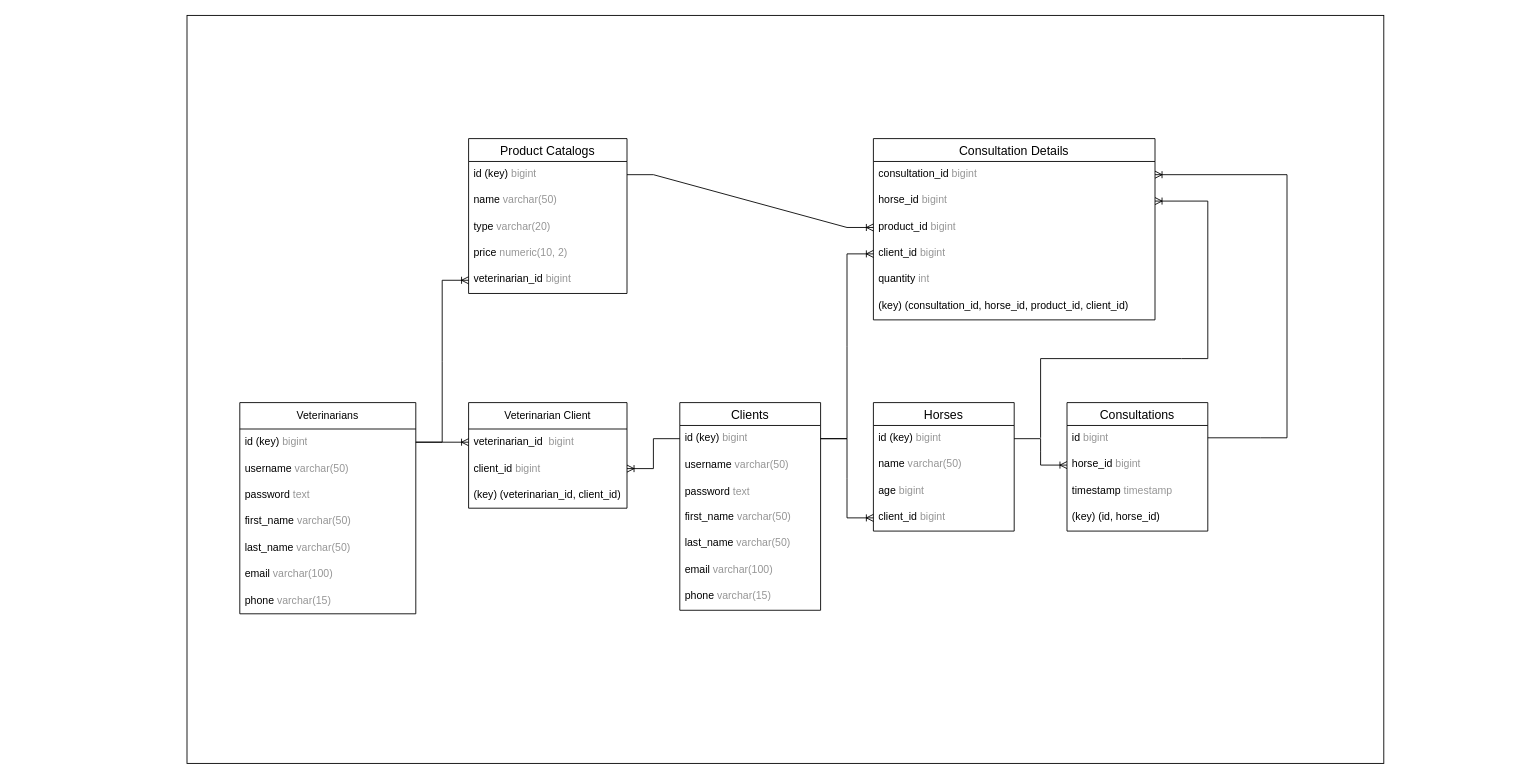
The draw.io diagram ChartDB.drawio in GGworkz/horseapp, before the edit. Source tidied: cells renumbered, new cells numbered last; positions are measured from the earlier drawing's top-left corner, leaving out a move shared by most shapes. Both pictures are drawn from the tidied source at 88%, with x=0, y=0 at pixel (187, 15).
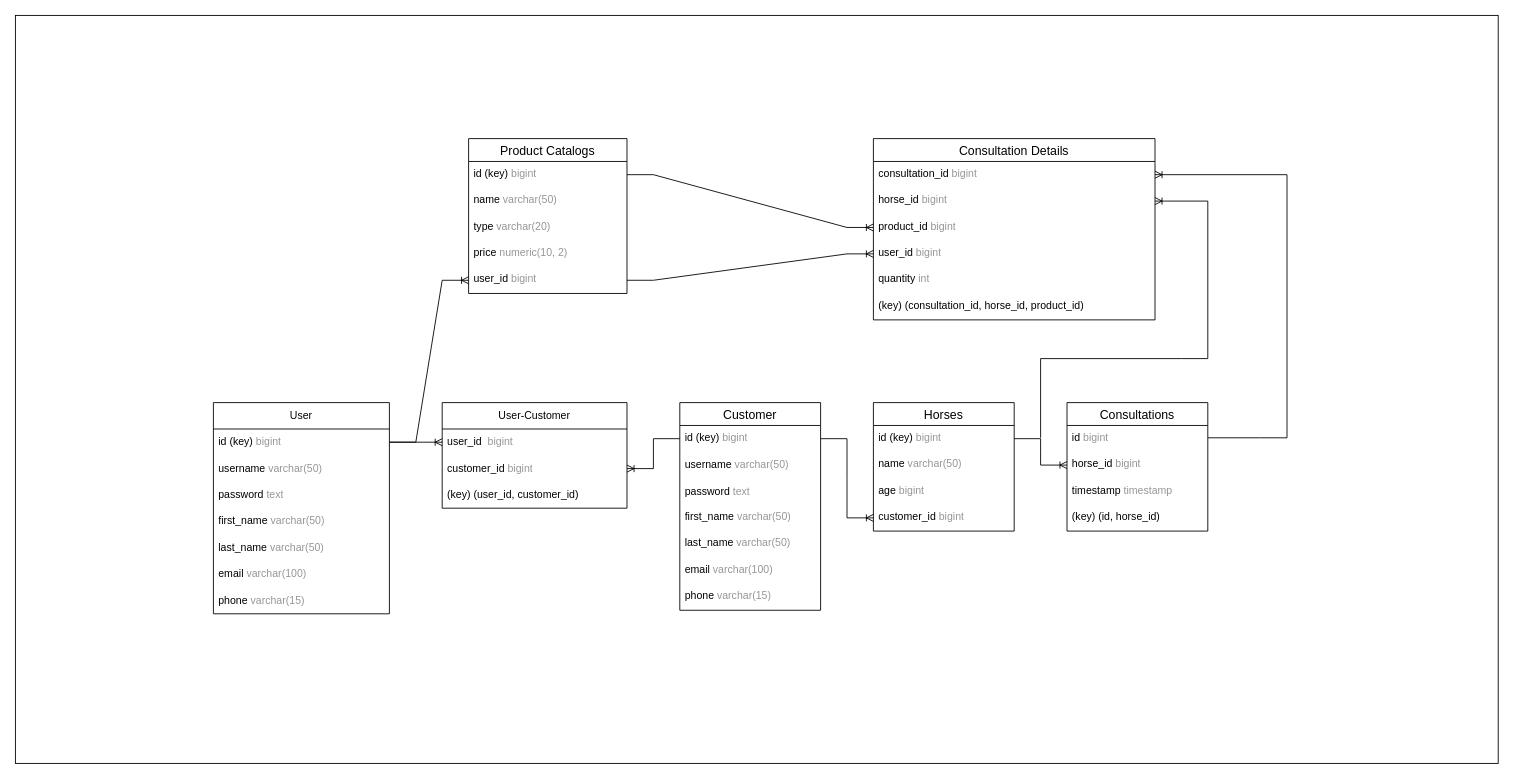
The same page after the edit.

Unchanged cells that the change refers to:
```xml
<mxCell id="12" value="id (key)&amp;nbsp;&lt;span style=&quot;caret-color: rgb(150, 150, 150); color: rgb(150, 150, 150);&quot;&gt;bigint&lt;/span&gt;" style="text;strokeColor=none;fillColor=none;spacingLeft=4;spacingRight=4;overflow=hidden;points=[[0,0.5],[1,0.5]];portConstraint=eastwest;fontSize=12;whiteSpace=wrap;html=1;" parent="11" vertex="1">
  <mxGeometry y="26" width="160" height="30" as="geometry" />
</mxCell>
<mxCell id="19" value="Horses" style="swimlane;fontStyle=0;horizontal=1;startSize=26;align=center;fontSize=14;" parent="1" vertex="1">
  <mxGeometry x="780" y="440" width="160" height="146" as="geometry" />
</mxCell>
<mxCell id="29" value="Consultation Details" style="swimlane;fontStyle=0;horizontal=1;startSize=26;align=center;fontSize=14;" parent="1" vertex="1">
  <mxGeometry x="780" y="140" width="320" height="206" as="geometry" />
</mxCell>
<mxCell id="36" value="Product Catalogs" style="swimlane;fontStyle=0;horizontal=1;startSize=26;align=center;fontSize=14;" parent="1" vertex="1">
  <mxGeometry x="320" y="140" width="180" height="176" as="geometry" />
</mxCell>
```

Diff of the diagram source:
```diff
@@
     <mxCell id="2" style="rounded=0;whiteSpace=wrap;html=1;" parent="1" vertex="1">
-      <mxGeometry width="1360" height="850" as="geometry" />
+      <mxGeometry x="-195" width="1685" height="850" as="geometry" />
     </mxCell>
-    <mxCell id="3" value="Veterinarians" style="swimlane;fontStyle=0;horizontal=1;startSize=30;whiteSpace=wrap;html=1;" parent="1" vertex="1">
-      <mxGeometry x="60" y="440" width="200" height="240" as="geometry" />
+    <mxCell id="3" value="User" style="swimlane;fontStyle=0;horizontal=1;startSize=30;whiteSpace=wrap;html=1;" parent="1" vertex="1">
+      <mxGeometry x="30" y="440" width="200" height="240" as="geometry" />
     </mxCell>
@@
-    <mxCell id="11" value="Clients" style="swimlane;fontStyle=0;horizontal=1;startSize=26;align=center;fontSize=14;" parent="1" vertex="1">
+    <mxCell id="11" value="Customer" style="swimlane;fontStyle=0;horizontal=1;startSize=26;align=center;fontSize=14;" parent="1" vertex="1">
       <mxGeometry x="560" y="440" width="160" height="236" as="geometry" />
     </mxCell>
@@
-    <mxCell id="23" value="client_id&amp;nbsp;&lt;span style=&quot;caret-color: rgb(150, 150, 150); color: rgb(150, 150, 150);&quot;&gt;bigint&lt;/span&gt;" style="text;strokeColor=none;fillColor=none;spacingLeft=4;spacingRight=4;overflow=hidden;points=[[0,0.5],[1,0.5]];portConstraint=eastwest;fontSize=12;whiteSpace=wrap;html=1;" parent="19" vertex="1">
+    <mxCell id="23" value="customer_id&amp;nbsp;&lt;span style=&quot;caret-color: rgb(150, 150, 150); color: rgb(150, 150, 150);&quot;&gt;bigint&lt;/span&gt;" style="text;strokeColor=none;fillColor=none;spacingLeft=4;spacingRight=4;overflow=hidden;points=[[0,0.5],[1,0.5]];portConstraint=eastwest;fontSize=12;whiteSpace=wrap;html=1;" parent="19" vertex="1">
       <mxGeometry y="116" width="160" height="30" as="geometry" />
     </mxCell>
@@
+    <mxCell id="33" value="horse_id&amp;nbsp;&lt;span style=&quot;caret-color: rgb(150, 150, 150); color: rgb(150, 150, 150);&quot;&gt;bigint&lt;/span&gt;" style="text;strokeColor=none;fillColor=none;spacingLeft=4;spacingRight=4;overflow=hidden;points=[[0,0.5],[1,0.5]];portConstraint=eastwest;fontSize=12;whiteSpace=wrap;html=1;" parent="29" vertex="1">
+      <mxGeometry y="56" width="320" height="30" as="geometry" />
+    </mxCell>
+    <mxCell id="32" value="product_id&amp;nbsp;&lt;span style=&quot;caret-color: rgb(150, 150, 150); color: rgb(150, 150, 150);&quot;&gt;bigint&lt;/span&gt;" style="text;strokeColor=none;fillColor=none;spacingLeft=4;spacingRight=4;overflow=hidden;points=[[0,0.5],[1,0.5]];portConstraint=eastwest;fontSize=12;whiteSpace=wrap;html=1;" parent="29" vertex="1">
+      <mxGeometry y="86" width="320" height="30" as="geometry" />
+    </mxCell>
-    <mxCell id="31" value="horse_id&amp;nbsp;&lt;span style=&quot;caret-color: rgb(150, 150, 150); color: rgb(150, 150, 150);&quot;&gt;bigint&lt;/span&gt;" style="text;strokeColor=none;fillColor=none;spacingLeft=4;spacingRight=4;overflow=hidden;points=[[0,0.5],[1,0.5]];portConstraint=eastwest;fontSize=12;whiteSpace=wrap;html=1;" parent="29" vertex="1">
-      <mxGeometry y="56" width="320" height="30" as="geometry" />
+    <mxCell id="31" value="user_id&amp;nbsp;&lt;span style=&quot;caret-color: rgb(150, 150, 150); color: rgb(150, 150, 150);&quot;&gt;bigint&lt;/span&gt;" style="text;strokeColor=none;fillColor=none;spacingLeft=4;spacingRight=4;overflow=hidden;points=[[0,0.5],[1,0.5]];portConstraint=eastwest;fontSize=12;whiteSpace=wrap;html=1;" parent="29" vertex="1">
+      <mxGeometry y="116" width="320" height="30" as="geometry" />
     </mxCell>
-    <mxCell id="32" value="product_id&amp;nbsp;&lt;span style=&quot;caret-color: rgb(150, 150, 150); color: rgb(150, 150, 150);&quot;&gt;bigint&lt;/span&gt;" style="text;strokeColor=none;fillColor=none;spacingLeft=4;spacingRight=4;overflow=hidden;points=[[0,0.5],[1,0.5]];portConstraint=eastwest;fontSize=12;whiteSpace=wrap;html=1;" parent="29" vertex="1">
-      <mxGeometry y="86" width="320" height="30" as="geometry" />
-    </mxCell>
-    <mxCell id="33" value="client_id&amp;nbsp;&lt;span style=&quot;caret-color: rgb(150, 150, 150); color: rgb(150, 150, 150);&quot;&gt;bigint&lt;/span&gt;" style="text;strokeColor=none;fillColor=none;spacingLeft=4;spacingRight=4;overflow=hidden;points=[[0,0.5],[1,0.5]];portConstraint=eastwest;fontSize=12;whiteSpace=wrap;html=1;" parent="29" vertex="1">
-      <mxGeometry y="116" width="320" height="30" as="geometry" />
-    </mxCell>
@@
-    <mxCell id="35" value="(key)&amp;nbsp;(consultation_id, horse_id, product_id, client_id)" style="text;strokeColor=none;fillColor=none;spacingLeft=4;spacingRight=4;overflow=hidden;fontSize=12;whiteSpace=wrap;html=1;" parent="29" vertex="1">
+    <mxCell id="35" value="(key)&amp;nbsp;(consultation_id, horse_id, product_id)" style="text;strokeColor=none;fillColor=none;spacingLeft=4;spacingRight=4;overflow=hidden;fontSize=12;whiteSpace=wrap;html=1;" parent="29" vertex="1">
       <mxGeometry y="176" width="320" height="30" as="geometry" />
     </mxCell>
@@
-    <mxCell id="41" value="veterinarian_id&amp;nbsp;&lt;span style=&quot;caret-color: rgb(150, 150, 150); color: rgb(150, 150, 150);&quot;&gt;bigint&lt;/span&gt;" style="text;strokeColor=none;fillColor=none;spacingLeft=4;spacingRight=4;overflow=hidden;points=[[0,0.5],[1,0.5]];portConstraint=eastwest;fontSize=12;whiteSpace=wrap;html=1;" parent="36" vertex="1">
+    <mxCell id="41" value="user_id&amp;nbsp;&lt;span style=&quot;caret-color: rgb(150, 150, 150); color: rgb(150, 150, 150);&quot;&gt;bigint&lt;/span&gt;" style="text;strokeColor=none;fillColor=none;spacingLeft=4;spacingRight=4;overflow=hidden;points=[[0,0.5],[1,0.5]];portConstraint=eastwest;fontSize=12;whiteSpace=wrap;html=1;" parent="36" vertex="1">
       <mxGeometry y="146" width="180" height="30" as="geometry" />
     </mxCell>
@@
-    <mxCell id="44" style="edgeStyle=entityRelationEdgeStyle;fontSize=12;html=1;endArrow=ERoneToMany;rounded=0;exitX=1;exitY=0.5;exitDx=0;exitDy=0;entryX=0;entryY=0.5;entryDx=0;entryDy=0;" parent="1" edge="1" source="12" target="33">
-      <mxGeometry relative="1" as="geometry" />
-    </mxCell>
-    <mxCell id="45" style="edgeStyle=entityRelationEdgeStyle;fontSize=12;html=1;endArrow=ERoneToMany;rounded=0;entryX=1;entryY=0.5;entryDx=0;entryDy=0;" parent="1" edge="1" target="31">
+    <mxCell id="45" style="edgeStyle=entityRelationEdgeStyle;fontSize=12;html=1;endArrow=ERoneToMany;rounded=0;entryX=1;entryY=0.5;entryDx=0;entryDy=0;" parent="1" edge="1" target="33">
       <mxGeometry relative="1" as="geometry">
         <mxPoint x="1130" y="390" as="sourcePoint" />
       </mxGeometry>
     </mxCell>
@@
-    <mxCell id="50" value="Veterinarian Client" style="swimlane;fontStyle=0;horizontal=1;startSize=30;whiteSpace=wrap;html=1;" parent="1" vertex="1">
-      <mxGeometry x="320" y="440" width="180" height="120" as="geometry" />
+    <mxCell id="50" value="User-Customer" style="swimlane;fontStyle=0;horizontal=1;startSize=30;whiteSpace=wrap;html=1;" parent="1" vertex="1">
+      <mxGeometry x="290" y="440" width="210" height="120" as="geometry" />
     </mxCell>
-    <mxCell id="51" value="veterinarian_id &amp;nbsp;&lt;span style=&quot;color: rgb(150, 150, 150);&quot;&gt;bigint&lt;/span&gt;" style="text;strokeColor=none;fillColor=none;align=left;verticalAlign=middle;spacingLeft=4;spacingRight=4;overflow=hidden;points=[[0,0.5],[1,0.5]];portConstraint=eastwest;whiteSpace=wrap;html=1;" parent="50" vertex="1">
-      <mxGeometry y="30" width="180" height="30" as="geometry" />
+    <mxCell id="51" value="user_id &amp;nbsp;&lt;span style=&quot;color: rgb(150, 150, 150);&quot;&gt;bigint&lt;/span&gt;" style="text;strokeColor=none;fillColor=none;align=left;verticalAlign=middle;spacingLeft=4;spacingRight=4;overflow=hidden;points=[[0,0.5],[1,0.5]];portConstraint=eastwest;whiteSpace=wrap;html=1;" parent="50" vertex="1">
+      <mxGeometry y="30" width="210" height="30" as="geometry" />
     </mxCell>
-    <mxCell id="52" value="client_id &lt;font color=&quot;#969696&quot;&gt;&lt;span style=&quot;caret-color: rgb(150, 150, 150);&quot;&gt;bigint&lt;/span&gt;&lt;/font&gt;" style="text;strokeColor=none;fillColor=none;align=left;verticalAlign=middle;spacingLeft=4;spacingRight=4;overflow=hidden;points=[[0,0.5],[1,0.5]];portConstraint=eastwest;whiteSpace=wrap;html=1;" parent="50" vertex="1">
-      <mxGeometry y="60" width="180" height="30" as="geometry" />
+    <mxCell id="52" value="customer_id &lt;font color=&quot;#969696&quot;&gt;&lt;span style=&quot;caret-color: rgb(150, 150, 150);&quot;&gt;bigint&lt;/span&gt;&lt;/font&gt;" style="text;strokeColor=none;fillColor=none;align=left;verticalAlign=middle;spacingLeft=4;spacingRight=4;overflow=hidden;points=[[0,0.5],[1,0.5]];portConstraint=eastwest;whiteSpace=wrap;html=1;" parent="50" vertex="1">
+      <mxGeometry y="60" width="210" height="30" as="geometry" />
     </mxCell>
-    <mxCell id="53" value="(key)&amp;nbsp;(veterinarian_id, client_id)" style="text;strokeColor=none;fillColor=none;align=left;verticalAlign=middle;spacingLeft=4;spacingRight=4;overflow=hidden;whiteSpace=wrap;html=1;" parent="50" vertex="1">
-      <mxGeometry y="90" width="180" height="30" as="geometry" />
+    <mxCell id="53" value="(key)&amp;nbsp;(user_id, customer_id)" style="text;strokeColor=none;fillColor=none;align=left;verticalAlign=middle;spacingLeft=4;spacingRight=4;overflow=hidden;whiteSpace=wrap;html=1;" parent="50" vertex="1">
+      <mxGeometry y="90" width="210" height="30" as="geometry" />
     </mxCell>
@@
+    <mxCell id="58" style="edgeStyle=entityRelationEdgeStyle;fontSize=12;html=1;endArrow=ERoneToMany;rounded=0;" parent="1" edge="1" source="41" target="31">
+      <mxGeometry relative="1" as="geometry" />
+    </mxCell>
```
